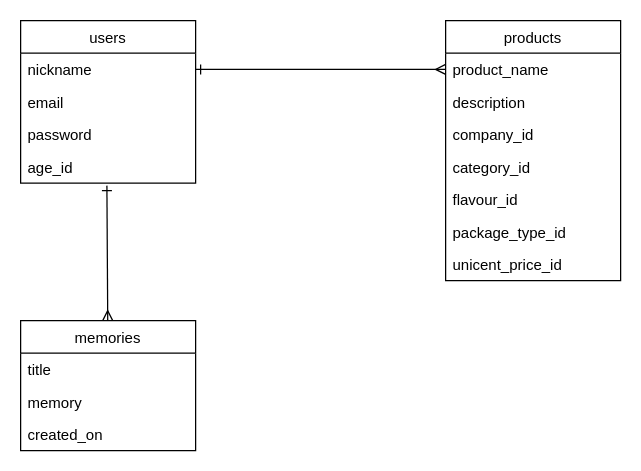
The draw.io diagram dagashiya-yokotyo.dio in yanagiraku/dagashiya-yokotyo-app, before the edit. Source tidied: cells renumbered, new cells numbered last; positions are measured from the earlier drawing's top-left corner, leaving out a move shared by most shapes. Both pictures are drawn from the tidied source at 125%, with x=0, y=0 at pixel (20, 20).
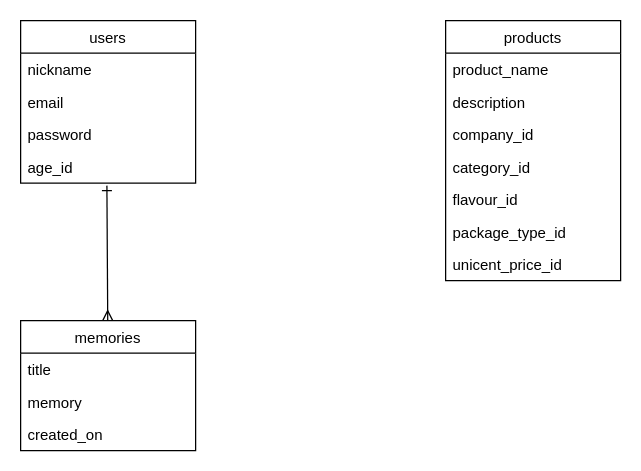
After the change.

The change refers to these unchanged cells:
```xml
<mxCell id="3" value="nickname" style="text;strokeColor=none;fillColor=none;align=left;verticalAlign=top;spacingLeft=4;spacingRight=4;overflow=hidden;points=[[0,0.5],[1,0.5]];portConstraint=eastwest;" parent="2" vertex="1">
  <mxGeometry y="26" width="140" height="26" as="geometry" />
</mxCell>
<mxCell id="8" value="product_name" style="text;strokeColor=none;fillColor=none;align=left;verticalAlign=top;spacingLeft=4;spacingRight=4;overflow=hidden;points=[[0,0.5],[1,0.5]];portConstraint=eastwest;" parent="7" vertex="1">
  <mxGeometry y="26" width="140" height="26" as="geometry" />
</mxCell>
```

Change to the diagram source:
```diff
@@
-    <mxCell id="20" style="edgeStyle=none;rounded=0;jettySize=auto;html=1;exitX=1;exitY=0.5;exitDx=0;exitDy=0;entryX=0;entryY=0.5;entryDx=0;entryDy=0;startArrow=ERone;startFill=0;endArrow=ERmany;endFill=0;" parent="1" edge="1" source="3" target="8">
-      <mxGeometry relative="1" as="geometry" />
-    </mxCell>
```
